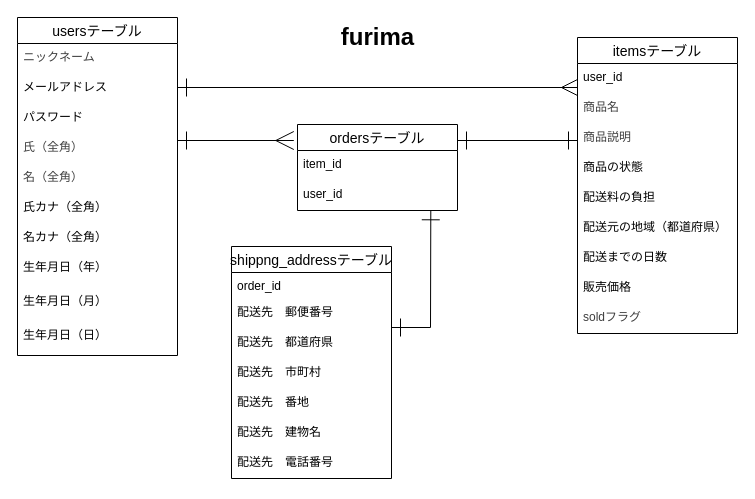
This is furima-41862.drawio from nn88hcs99/furima-41862, a draw.io file, before an edit. Source tidied: cells renumbered, new cells numbered last; positions are measured from the earlier drawing's top-left corner, leaving out a move shared by most shapes. Both pictures are drawn from the tidied source at 100%, with x=0, y=0 at pixel (17, 17).
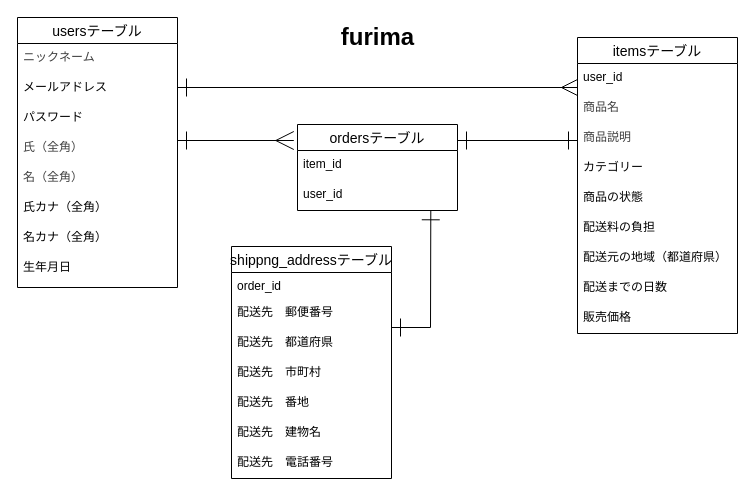
The same page after the edit.

The change refers to these unchanged cells:
```xml
<mxCell id="14" value="itemsテーブル" style="swimlane;fontStyle=0;horizontal=1;startSize=26;align=center;fontSize=14;" parent="1" vertex="1">
  <mxGeometry x="560" y="20" width="160" height="296" as="geometry" />
</mxCell>
```

What changed in the source:
```diff
@@
     <mxCell id="3" value="usersテーブル" style="swimlane;fontStyle=0;horizontal=1;startSize=26;align=center;fontSize=14;" parent="1" vertex="1">
-      <mxGeometry width="160" height="338" as="geometry" />
+      <mxGeometry width="160" height="270" as="geometry" />
     </mxCell>
@@
-    <mxCell id="11" value="生年月日（年）" style="text;strokeColor=none;fillColor=none;spacingLeft=4;spacingRight=4;overflow=hidden;fontSize=12;whiteSpace=wrap;html=1;" parent="3" vertex="1">
+    <mxCell id="11" value="生年月日" style="text;strokeColor=none;fillColor=none;spacingLeft=4;spacingRight=4;overflow=hidden;fontSize=12;whiteSpace=wrap;html=1;" parent="3" vertex="1">
       <mxGeometry y="236" width="160" height="34" as="geometry" />
     </mxCell>
-    <mxCell id="12" value="生年月日（月）" style="text;strokeColor=none;fillColor=none;spacingLeft=4;spacingRight=4;overflow=hidden;fontSize=12;whiteSpace=wrap;html=1;" parent="3" vertex="1">
-      <mxGeometry y="270" width="160" height="34" as="geometry" />
-    </mxCell>
-    <mxCell id="13" value="生年月日（日）" style="text;strokeColor=none;fillColor=none;spacingLeft=4;spacingRight=4;overflow=hidden;fontSize=12;whiteSpace=wrap;html=1;" parent="3" vertex="1">
-      <mxGeometry y="304" width="160" height="34" as="geometry" />
-    </mxCell>
@@
+    <mxCell id="23" value="&lt;div style=&quot;text-align: center;&quot;&gt;&lt;span style=&quot;background-color: transparent;&quot;&gt;カテゴリー&lt;/span&gt;&lt;/div&gt;" style="text;strokeColor=none;fillColor=none;spacingLeft=4;spacingRight=4;overflow=hidden;fontSize=12;whiteSpace=wrap;html=1;" parent="14" vertex="1">
+      <mxGeometry y="116" width="160" height="30" as="geometry" />
+    </mxCell>
     <mxCell id="18" value="商品の状態" style="text;strokeColor=none;fillColor=none;spacingLeft=4;spacingRight=4;overflow=hidden;fontSize=12;whiteSpace=wrap;html=1;" parent="14" vertex="1">
-      <mxGeometry y="116" width="160" height="30" as="geometry" />
+      <mxGeometry y="146" width="160" height="30" as="geometry" />
     </mxCell>
     <mxCell id="19" value="配送料の負担" style="text;strokeColor=none;fillColor=none;spacingLeft=4;spacingRight=4;overflow=hidden;fontSize=12;whiteSpace=wrap;html=1;" parent="14" vertex="1">
-      <mxGeometry y="146" width="160" height="30" as="geometry" />
+      <mxGeometry y="176" width="160" height="30" as="geometry" />
     </mxCell>
     <mxCell id="20" value="配送元の地域（都道府県）" style="text;strokeColor=none;fillColor=none;spacingLeft=4;spacingRight=4;overflow=hidden;fontSize=12;whiteSpace=wrap;html=1;" parent="14" vertex="1">
-      <mxGeometry y="176" width="160" height="30" as="geometry" />
+      <mxGeometry y="206" width="160" height="30" as="geometry" />
     </mxCell>
     <mxCell id="21" value="配送までの日数" style="text;strokeColor=none;fillColor=none;spacingLeft=4;spacingRight=4;overflow=hidden;fontSize=12;whiteSpace=wrap;html=1;" parent="14" vertex="1">
-      <mxGeometry y="206" width="160" height="30" as="geometry" />
+      <mxGeometry y="236" width="160" height="30" as="geometry" />
     </mxCell>
     <mxCell id="22" value="販売価格" style="text;strokeColor=none;fillColor=none;spacingLeft=4;spacingRight=4;overflow=hidden;fontSize=12;whiteSpace=wrap;html=1;" parent="14" vertex="1">
-      <mxGeometry y="236" width="160" height="30" as="geometry" />
+      <mxGeometry y="266" width="160" height="30" as="geometry" />
     </mxCell>
-    <mxCell id="23" value="&lt;span style=&quot;color: rgb(63, 63, 63); text-align: center;&quot;&gt;soldフラグ&lt;/span&gt;" style="text;strokeColor=none;fillColor=none;spacingLeft=4;spacingRight=4;overflow=hidden;fontSize=12;whiteSpace=wrap;html=1;" parent="14" vertex="1">
-      <mxGeometry y="266" width="160" height="30" as="geometry" />
-    </mxCell>
```
